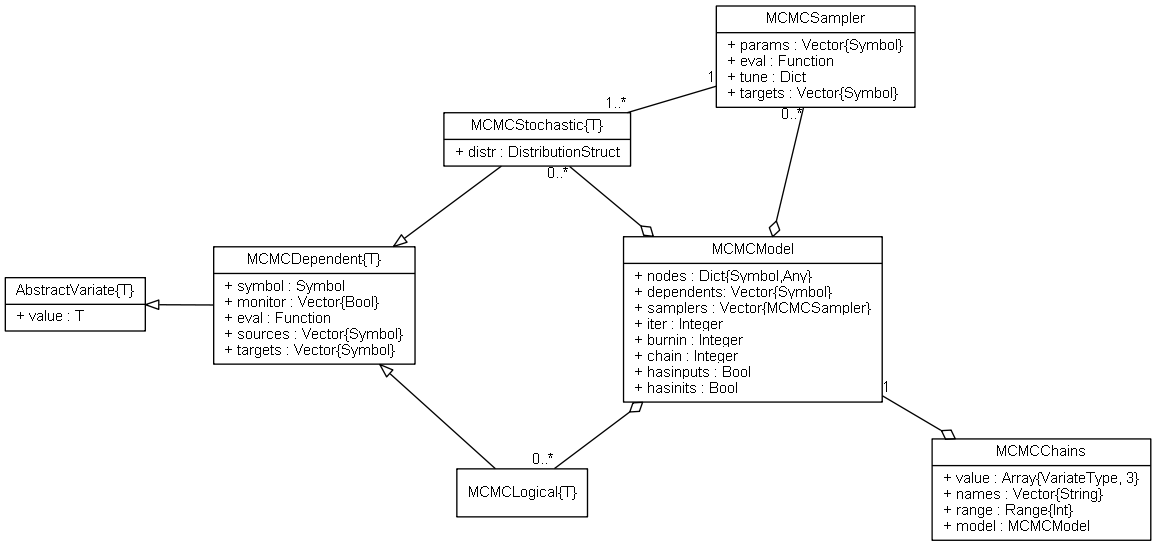
Earlier version of the Graphviz export doc/images/mcmcUML.png (brian-j-smith/Mamba.jl). Its source is kept beside it as doc/images/mcmcUML.dot.
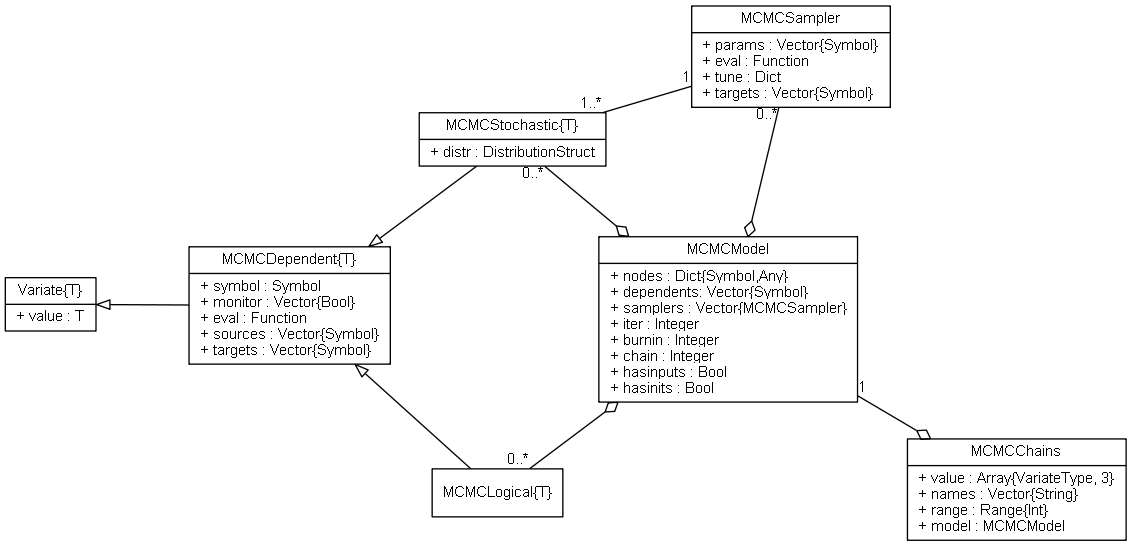
After the commit.

The edit, as a diff of the source:
```diff
@@ -8,7 +8,7 @@
 
 	edge [fontname = "Helvetica", fontsize = 11, dir = both, arrowtail = none, arrowhead = none]
 
-	AbstractVariate [label = "{AbstractVariate\{T\}|+ value : T\l}"]
+	Variate [label = "{Variate\{T\}|+ value : T\l}"]
 
 	MCMCDependent [label = "{MCMCDependent\{T\}|+ symbol : Symbol\l+ monitor : Vector\{Bool\}\l+ eval : Function\l+ sources : Vector\{Symbol\}\l+ targets : Vector\{Symbol\}\l}"]
 
@@ -22,7 +22,7 @@
 
 	MCMCChains [label = "{MCMCChains|+ value : Array\{VariateType, 3\}\l+ names : Vector\{String\}\l+ range : Range\{Int\}\l+ model : MCMCModel\l}"]
 
-	MCMCDependent -- AbstractVariate[len = 0.9, arrowhead = empty]
+	MCMCDependent -- Variate[len = 0.9, arrowhead = empty]
 	MCMCLogical -- MCMCDependent[arrowhead = empty]
 	MCMCStochastic -- MCMCDependent[arrowhead = empty]
 	MCMCSampler -- MCMCStochastic[len = 1.2, taillabel = "1", headlabel = "1..*"]
```
